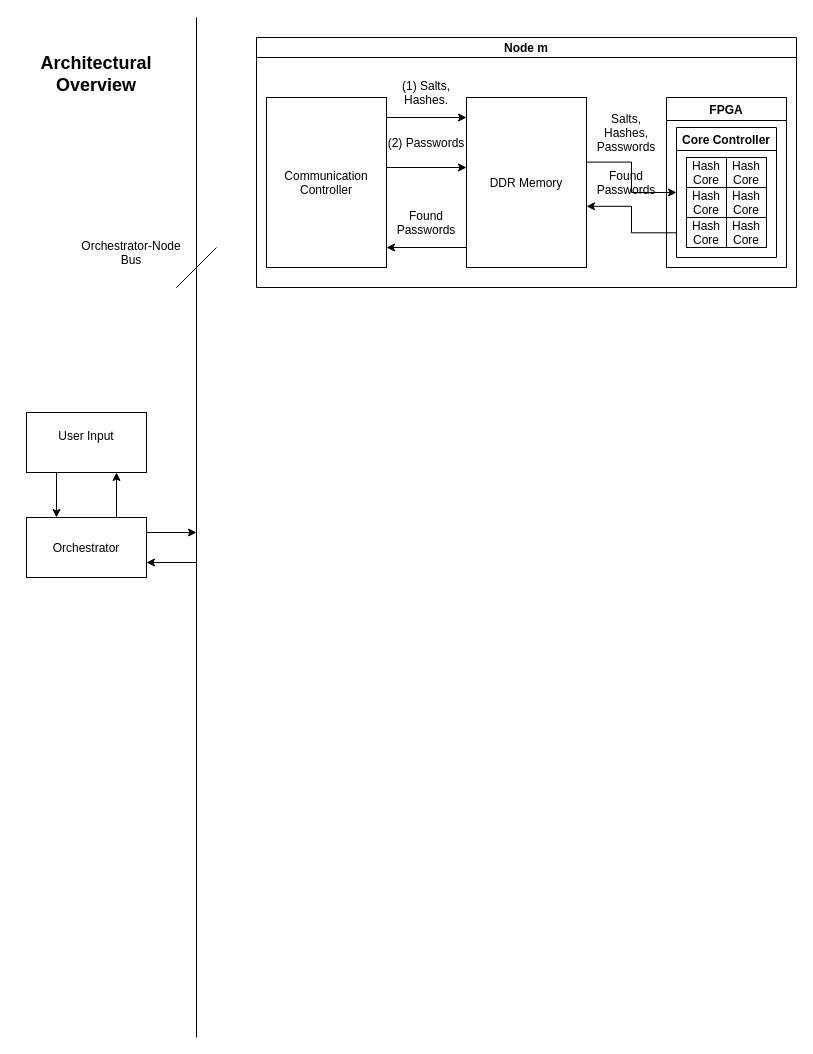
Before: figures/theoretical_system/system-overview/system-overview.drawio in Niclasapdk/ESD3_project, a draw.io diagram. Source tidied: cells renumbered, new cells numbered last; positions are measured from the earlier drawing's top-left corner, leaving out a move shared by most shapes. Both pictures are drawn from the tidied source at 100%, with x=0, y=0 at pixel (16, 17).
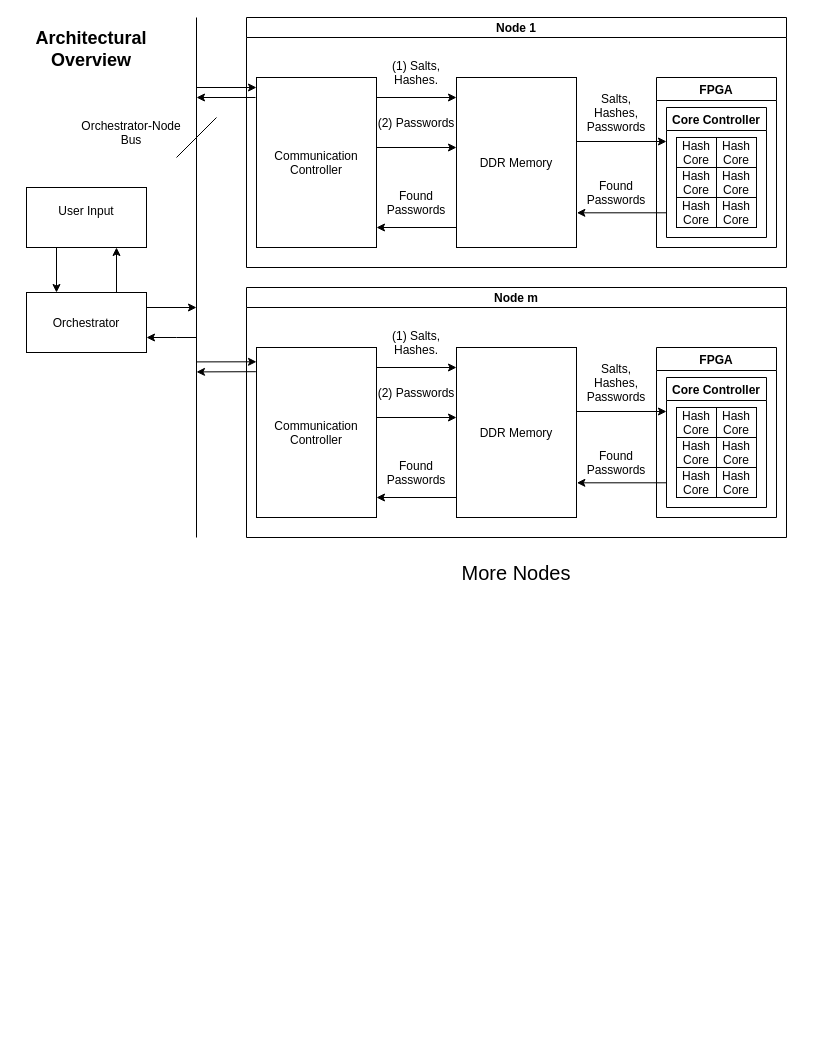
Above is the later version.

What changed in the source:
```diff
@@
-    <mxCell id="2" value="Node m" style="swimlane;startSize=20;horizontal=1;containerType=tree;" parent="1" vertex="1">
-      <mxGeometry x="240" y="20" width="540" height="250" as="geometry" />
-    </mxCell>
-    <mxCell id="3" value="DDR Memory" style="newEdgeStyle={&quot;edgeStyle&quot;:&quot;elbowEdgeStyle&quot;,&quot;startArrow&quot;:&quot;none&quot;,&quot;endArrow&quot;:&quot;none&quot;};points=[[0,0,0,0,0],[0,0.14,0,0,0],[0,0.38,0,0,0],[0,0.75,0,0,0],[0,1,0,0,0],[0.25,0,0,0,0],[0.25,1,0,0,0],[0.5,0,0,0,0],[0.5,1,0,0,0],[0.75,0,0,0,0],[0.75,1,0,0,0],[1,0,0,0,0],[1,0.38,0,0,0],[1,0.64,0,0,0],[1,1,0,0,0]];" parent="2" vertex="1">
-      <mxGeometry x="210" y="60" width="120" height="170" as="geometry" />
-    </mxCell>
-    <mxCell id="4" value="Communication&#10;Controller" style="newEdgeStyle={&quot;edgeStyle&quot;:&quot;elbowEdgeStyle&quot;,&quot;startArrow&quot;:&quot;none&quot;,&quot;endArrow&quot;:&quot;none&quot;};" parent="2" vertex="1">
-      <mxGeometry x="10" y="60" width="120" height="170" as="geometry" />
-    </mxCell>
-    <mxCell id="5" value="FPGA" style="swimlane;" parent="2" vertex="1">
-      <mxGeometry x="410" y="60" width="120" height="170" as="geometry" />
-    </mxCell>
-    <mxCell id="6" value="Core Controller" style="swimlane;points=[[0,0,0,0,0],[0,0.25,0,0,0],[0,0.5,0,0,0],[0,0.81,0,0,0],[0,1,0,0,0],[0.25,0,0,0,0],[0.25,1,0,0,0],[0.5,0,0,0,0],[0.5,1,0,0,0],[0.75,0,0,0,0],[0.75,1,0,0,0],[1,0,0,0,0],[1,0.25,0,0,0],[1,0.5,0,0,0],[1,0.75,0,0,0],[1,1,0,0,0]];" parent="5" vertex="1">
-      <mxGeometry x="10" y="30" width="100" height="130" as="geometry" />
-    </mxCell>
-    <mxCell id="7" value="Hash&#10;Core" style="rounded=0;" parent="6" vertex="1">
-      <mxGeometry x="10" y="30" width="40" height="30" as="geometry" />
-    </mxCell>
-    <mxCell id="8" value="Hash&#10;Core" style="rounded=0;" parent="6" vertex="1">
-      <mxGeometry x="50" y="30" width="40" height="30" as="geometry" />
-    </mxCell>
-    <mxCell id="9" value="Hash&#10;Core" style="rounded=0;" parent="6" vertex="1">
-      <mxGeometry x="10" y="60" width="40" height="30" as="geometry" />
-    </mxCell>
-    <mxCell id="10" value="Hash&#10;Core" style="rounded=0;" parent="6" vertex="1">
-      <mxGeometry x="50" y="60" width="40" height="30" as="geometry" />
-    </mxCell>
-    <mxCell id="11" value="Hash&#10;Core" style="rounded=0;" parent="6" vertex="1">
-      <mxGeometry x="10" y="90" width="40" height="30" as="geometry" />
-    </mxCell>
-    <mxCell id="12" value="Hash&#10;Core" style="rounded=0;" parent="6" vertex="1">
-      <mxGeometry x="50" y="90" width="40" height="30" as="geometry" />
-    </mxCell>
-    <mxCell id="13" value="Salts,&#10;Hashes,&#10;Passwords" style="text;strokeColor=none;fillColor=none;align=center;verticalAlign=middle;rounded=0;" parent="2" vertex="1">
-      <mxGeometry x="340" y="80" width="60" height="30" as="geometry" />
-    </mxCell>
-    <mxCell id="14" value="Found&#10;Passwords" style="text;strokeColor=none;fillColor=none;align=center;verticalAlign=middle;rounded=0;" parent="2" vertex="1">
-      <mxGeometry x="340" y="130" width="60" height="30" as="geometry" />
-    </mxCell>
-    <mxCell id="15" style="endArrow=classic;rounded=0;exitX=1;exitY=0.25;exitDx=0;exitDy=0;entryX=0;entryY=0.25;entryDx=0;entryDy=0;" parent="2" edge="1">
-      <mxGeometry relative="1" as="geometry">
-        <mxPoint x="130" y="80" as="sourcePoint" />
-        <mxPoint x="210" y="80" as="targetPoint" />
-      </mxGeometry>
-    </mxCell>
-    <mxCell id="16" style="endArrow=classic;rounded=0;exitX=0;exitY=0.5;exitDx=0;exitDy=0;entryX=1;entryY=0.5;entryDx=0;entryDy=0;" parent="2" edge="1">
-      <mxGeometry relative="1" as="geometry">
-        <mxPoint x="210" y="210" as="sourcePoint" />
-        <mxPoint x="130" y="210" as="targetPoint" />
-      </mxGeometry>
-    </mxCell>
-    <mxCell id="17" value="(1) Salts,&#10;Hashes." style="text;strokeColor=none;fillColor=none;align=center;verticalAlign=middle;rounded=0;" parent="2" vertex="1">
-      <mxGeometry x="140" y="40" width="60" height="30" as="geometry" />
-    </mxCell>
-    <mxCell id="18" value="Found&#10;Passwords" style="text;strokeColor=none;fillColor=none;align=center;verticalAlign=middle;rounded=0;" parent="2" vertex="1">
-      <mxGeometry x="140" y="170" width="60" height="30" as="geometry" />
-    </mxCell>
-    <mxCell id="19" style="endArrow=classic;rounded=0;exitX=1;exitY=0.25;exitDx=0;exitDy=0;entryX=0;entryY=0.25;entryDx=0;entryDy=0;" parent="2" edge="1">
-      <mxGeometry relative="1" as="geometry">
-        <mxPoint x="130" y="130" as="sourcePoint" />
-        <mxPoint x="210" y="130" as="targetPoint" />
-      </mxGeometry>
-    </mxCell>
-    <mxCell id="20" value="(2) Passwords " style="text;strokeColor=none;fillColor=none;align=center;verticalAlign=middle;rounded=0;" parent="2" vertex="1">
-      <mxGeometry x="140" y="90" width="60" height="30" as="geometry" />
-    </mxCell>
-    <mxCell id="21" style="edgeStyle=orthogonalEdgeStyle;rounded=0;jettySize=auto;html=1;entryX=1;entryY=0.64;entryDx=0;entryDy=0;entryPerimeter=0;exitX=0;exitY=0.81;exitDx=0;exitDy=0;exitPerimeter=0;" parent="2" edge="1" source="6" target="3">
-      <mxGeometry relative="1" as="geometry" />
-    </mxCell>
-    <mxCell id="22" style="edgeStyle=orthogonalEdgeStyle;rounded=0;jettySize=auto;html=1;entryX=0;entryY=0.5;entryDx=0;entryDy=0;entryPerimeter=0;exitX=1;exitY=0.38;exitDx=0;exitDy=0;exitPerimeter=0;" parent="2" edge="1" source="3" target="6">
-      <mxGeometry relative="1" as="geometry" />
-    </mxCell>
@@
     <mxCell id="24" value="Orchestrator" style="rounded=0;" parent="1" vertex="1">
-      <mxGeometry x="10" y="500" width="120" height="60" as="geometry" />
+      <mxGeometry x="10" y="275" width="120" height="60" as="geometry" />
     </mxCell>
     <mxCell id="25" style="endArrow=none;rounded=0;" parent="1" edge="1">
       <mxGeometry relative="1" as="geometry">
         <mxPoint x="180" as="sourcePoint" />
-        <mxPoint x="180" y="1020" as="targetPoint" />
+        <mxPoint x="180" y="520" as="targetPoint" />
       </mxGeometry>
     </mxCell>
     <mxCell id="26" value="Orchestrator-Node&#10;Bus" style="text;strokeColor=none;fillColor=none;align=center;verticalAlign=middle;rounded=0;" parent="1" vertex="1">
-      <mxGeometry x="50" y="210" width="130" height="50" as="geometry" />
+      <mxGeometry x="50" y="90" width="130" height="50" as="geometry" />
     </mxCell>
     <mxCell id="27" style="endArrow=classic;rounded=0;exitX=1;exitY=0.25;exitDx=0;exitDy=0;" parent="1" edge="1" source="24">
       <mxGeometry relative="1" as="geometry">
-        <mxPoint x="180" y="515" as="targetPoint" />
+        <mxPoint x="180" y="290" as="targetPoint" />
       </mxGeometry>
     </mxCell>
     <mxCell id="28" style="endArrow=classic;rounded=0;entryX=1;entryY=0.75;entryDx=0;entryDy=0;" parent="1" edge="1" target="24">
       <mxGeometry relative="1" as="geometry">
-        <mxPoint x="180" y="545" as="sourcePoint" />
+        <mxPoint x="180" y="320" as="sourcePoint" />
+        <Array as="points">
+          <mxPoint x="160" y="320" />
+        </Array>
       </mxGeometry>
     </mxCell>
@@
     <mxCell id="30" value="User Input&#10;" style="rounded=0;" parent="1" vertex="1">
-      <mxGeometry x="10" y="395" width="120" height="60" as="geometry" />
+      <mxGeometry x="10" y="170" width="120" height="60" as="geometry" />
     </mxCell>
     <mxCell id="31" style="endArrow=none;rounded=0;" parent="1" edge="1">
       <mxGeometry relative="1" as="geometry">
-        <mxPoint x="160" y="270" as="sourcePoint" />
-        <mxPoint x="200" y="230" as="targetPoint" />
+        <mxPoint x="160" y="140" as="sourcePoint" />
+        <mxPoint x="200" y="100" as="targetPoint" />
       </mxGeometry>
     </mxCell>
     <mxCell id="32" value="Architectural&#10;Overview" style="text;strokeColor=none;fillColor=none;align=center;verticalAlign=middle;rounded=0;fontSize=18;fontStyle=1;" parent="1" vertex="1">
-      <mxGeometry y="10" width="160" height="90" as="geometry" />
+      <mxGeometry x="10" width="130" height="60" as="geometry" />
     </mxCell>
+    <mxCell id="2" value="Node m" style="swimlane;startSize=20;horizontal=1;containerType=tree;" parent="1" vertex="1">
+      <mxGeometry x="230" y="270" width="540" height="250" as="geometry" />
+    </mxCell>
+    <mxCell id="33" value="DDR Memory" style="newEdgeStyle={&quot;edgeStyle&quot;:&quot;elbowEdgeStyle&quot;,&quot;startArrow&quot;:&quot;none&quot;,&quot;endArrow&quot;:&quot;none&quot;};points=[[0,0,0,0,0],[0,0.14,0,0,0],[0,0.38,0,0,0],[0,0.75,0,0,0],[0,1,0,0,0],[0.25,0,0,0,0],[0.25,1,0,0,0],[0.5,0,0,0,0],[0.5,1,0,0,0],[0.75,0,0,0,0],[0.75,1,0,0,0],[1,0,0,0,0],[1,0.38,0,0,0],[1,0.64,0,0,0],[1,1,0,0,0]];" parent="2" vertex="1">
+      <mxGeometry x="210" y="60" width="120" height="170" as="geometry" />
+    </mxCell>
+    <mxCell id="34" value="Communication&#10;Controller" style="newEdgeStyle={&quot;edgeStyle&quot;:&quot;elbowEdgeStyle&quot;,&quot;startArrow&quot;:&quot;none&quot;,&quot;endArrow&quot;:&quot;none&quot;};" parent="2" vertex="1">
+      <mxGeometry x="10" y="60" width="120" height="170" as="geometry" />
+    </mxCell>
+    <mxCell id="35" value="FPGA" style="swimlane;" parent="2" vertex="1">
+      <mxGeometry x="410" y="60" width="120" height="170" as="geometry" />
+    </mxCell>
+    <mxCell id="36" value="Core Controller" style="swimlane;points=[[0,0,0,0,0],[0,0.25,0,0,0],[0,0.5,0,0,0],[0,0.81,0,0,0],[0,1,0,0,0],[0.25,0,0,0,0],[0.25,1,0,0,0],[0.5,0,0,0,0],[0.5,1,0,0,0],[0.75,0,0,0,0],[0.75,1,0,0,0],[1,0,0,0,0],[1,0.25,0,0,0],[1,0.5,0,0,0],[1,0.75,0,0,0],[1,1,0,0,0]];" parent="35" vertex="1">
+      <mxGeometry x="10" y="30" width="100" height="130" as="geometry" />
+    </mxCell>
+    <mxCell id="37" value="Hash&#10;Core" style="rounded=0;" parent="36" vertex="1">
+      <mxGeometry x="10" y="30" width="40" height="30" as="geometry" />
+    </mxCell>
+    <mxCell id="38" value="Hash&#10;Core" style="rounded=0;" parent="36" vertex="1">
+      <mxGeometry x="50" y="30" width="40" height="30" as="geometry" />
+    </mxCell>
+    <mxCell id="39" value="Hash&#10;Core" style="rounded=0;" parent="36" vertex="1">
+      <mxGeometry x="10" y="60" width="40" height="30" as="geometry" />
+    </mxCell>
+    <mxCell id="40" value="Hash&#10;Core" style="rounded=0;" parent="36" vertex="1">
+      <mxGeometry x="50" y="60" width="40" height="30" as="geometry" />
+    </mxCell>
+    <mxCell id="41" value="Hash&#10;Core" style="rounded=0;" parent="36" vertex="1">
+      <mxGeometry x="10" y="90" width="40" height="30" as="geometry" />
+    </mxCell>
+    <mxCell id="42" value="Hash&#10;Core" style="rounded=0;" parent="36" vertex="1">
+      <mxGeometry x="50" y="90" width="40" height="30" as="geometry" />
+    </mxCell>
+    <mxCell id="43" value="Salts,&#10;Hashes,&#10;Passwords" style="text;strokeColor=none;fillColor=none;align=center;verticalAlign=middle;rounded=0;" parent="2" vertex="1">
+      <mxGeometry x="340" y="80" width="60" height="30" as="geometry" />
+    </mxCell>
+    <mxCell id="44" style="endArrow=classic;rounded=0;exitX=1;exitY=0.25;exitDx=0;exitDy=0;entryX=0;entryY=0.25;entryDx=0;entryDy=0;" parent="2" edge="1">
+      <mxGeometry relative="1" as="geometry">
+        <mxPoint x="130" y="80" as="sourcePoint" />
+        <mxPoint x="210" y="80" as="targetPoint" />
+      </mxGeometry>
+    </mxCell>
+    <mxCell id="45" style="endArrow=classic;rounded=0;exitX=0;exitY=0.5;exitDx=0;exitDy=0;entryX=1;entryY=0.5;entryDx=0;entryDy=0;" parent="2" edge="1">
+      <mxGeometry relative="1" as="geometry">
+        <mxPoint x="210" y="210" as="sourcePoint" />
+        <mxPoint x="130" y="210" as="targetPoint" />
+      </mxGeometry>
+    </mxCell>
+    <mxCell id="46" value="(1) Salts,&#10;Hashes." style="text;strokeColor=none;fillColor=none;align=center;verticalAlign=middle;rounded=0;" parent="2" vertex="1">
+      <mxGeometry x="140" y="40" width="60" height="30" as="geometry" />
+    </mxCell>
+    <mxCell id="47" value="Found&#10;Passwords" style="text;strokeColor=none;fillColor=none;align=center;verticalAlign=middle;rounded=0;" parent="2" vertex="1">
+      <mxGeometry x="140" y="170" width="60" height="30" as="geometry" />
+    </mxCell>
+    <mxCell id="48" style="endArrow=classic;rounded=0;exitX=1;exitY=0.25;exitDx=0;exitDy=0;entryX=0;entryY=0.25;entryDx=0;entryDy=0;" parent="2" edge="1">
+      <mxGeometry relative="1" as="geometry">
+        <mxPoint x="130" y="130" as="sourcePoint" />
+        <mxPoint x="210" y="130" as="targetPoint" />
+      </mxGeometry>
+    </mxCell>
+    <mxCell id="49" value="(2) Passwords " style="text;strokeColor=none;fillColor=none;align=center;verticalAlign=middle;rounded=0;" parent="2" vertex="1">
+      <mxGeometry x="140" y="90" width="60" height="30" as="geometry" />
+    </mxCell>
+    <mxCell id="50" style="edgeStyle=orthogonalEdgeStyle;rounded=0;jettySize=auto;html=1;entryX=1.003;entryY=0.796;entryDx=0;entryDy=0;entryPerimeter=0;exitX=0;exitY=0.81;exitDx=0;exitDy=0;exitPerimeter=0;" parent="2" edge="1" source="36" target="33">
+      <mxGeometry relative="1" as="geometry" />
+    </mxCell>
+    <mxCell id="51" style="edgeStyle=orthogonalEdgeStyle;rounded=0;orthogonalLoop=1;jettySize=auto;html=1;exitX=1.007;exitY=0.361;exitDx=0;exitDy=0;exitPerimeter=0;" parent="2" edge="1">
+      <mxGeometry relative="1" as="geometry">
+        <mxPoint x="330" y="125.7" as="sourcePoint" />
+        <mxPoint x="420" y="124" as="targetPoint" />
+        <Array as="points">
+          <mxPoint x="329.6" y="124.3" />
+        </Array>
+      </mxGeometry>
+    </mxCell>
+    <mxCell id="52" value="Found&#10;Passwords" style="text;strokeColor=none;fillColor=none;align=center;verticalAlign=middle;rounded=0;" parent="2" vertex="1">
+      <mxGeometry x="340" y="160" width="60" height="30" as="geometry" />
+    </mxCell>
+    <mxCell id="53" value="Node 1" style="swimlane;startSize=20;horizontal=1;containerType=tree;" parent="1" vertex="1">
+      <mxGeometry x="230" width="540" height="250" as="geometry" />
+    </mxCell>
+    <mxCell id="54" value="DDR Memory" style="newEdgeStyle={&quot;edgeStyle&quot;:&quot;elbowEdgeStyle&quot;,&quot;startArrow&quot;:&quot;none&quot;,&quot;endArrow&quot;:&quot;none&quot;};points=[[0,0,0,0,0],[0,0.14,0,0,0],[0,0.38,0,0,0],[0,0.75,0,0,0],[0,1,0,0,0],[0.25,0,0,0,0],[0.25,1,0,0,0],[0.5,0,0,0,0],[0.5,1,0,0,0],[0.75,0,0,0,0],[0.75,1,0,0,0],[1,0,0,0,0],[1,0.38,0,0,0],[1,0.64,0,0,0],[1,1,0,0,0]];" parent="53" vertex="1">
+      <mxGeometry x="210" y="60" width="120" height="170" as="geometry" />
+    </mxCell>
+    <mxCell id="55" value="Communication&#10;Controller" style="newEdgeStyle={&quot;edgeStyle&quot;:&quot;elbowEdgeStyle&quot;,&quot;startArrow&quot;:&quot;none&quot;,&quot;endArrow&quot;:&quot;none&quot;};" parent="53" vertex="1">
+      <mxGeometry x="10" y="60" width="120" height="170" as="geometry" />
+    </mxCell>
+    <mxCell id="56" value="FPGA" style="swimlane;" parent="53" vertex="1">
+      <mxGeometry x="410" y="60" width="120" height="170" as="geometry" />
+    </mxCell>
+    <mxCell id="57" value="Core Controller" style="swimlane;points=[[0,0,0,0,0],[0,0.25,0,0,0],[0,0.5,0,0,0],[0,0.81,0,0,0],[0,1,0,0,0],[0.25,0,0,0,0],[0.25,1,0,0,0],[0.5,0,0,0,0],[0.5,1,0,0,0],[0.75,0,0,0,0],[0.75,1,0,0,0],[1,0,0,0,0],[1,0.25,0,0,0],[1,0.5,0,0,0],[1,0.75,0,0,0],[1,1,0,0,0]];" parent="56" vertex="1">
+      <mxGeometry x="10" y="30" width="100" height="130" as="geometry" />
+    </mxCell>
+    <mxCell id="58" value="Hash&#10;Core" style="rounded=0;" parent="57" vertex="1">
+      <mxGeometry x="10" y="30" width="40" height="30" as="geometry" />
+    </mxCell>
+    <mxCell id="59" value="Hash&#10;Core" style="rounded=0;" parent="57" vertex="1">
+      <mxGeometry x="50" y="30" width="40" height="30" as="geometry" />
+    </mxCell>
+    <mxCell id="60" value="Hash&#10;Core" style="rounded=0;" parent="57" vertex="1">
+      <mxGeometry x="10" y="60" width="40" height="30" as="geometry" />
+    </mxCell>
+    <mxCell id="61" value="Hash&#10;Core" style="rounded=0;" parent="57" vertex="1">
+      <mxGeometry x="50" y="60" width="40" height="30" as="geometry" />
+    </mxCell>
+    <mxCell id="62" value="Hash&#10;Core" style="rounded=0;" parent="57" vertex="1">
+      <mxGeometry x="10" y="90" width="40" height="30" as="geometry" />
+    </mxCell>
+    <mxCell id="63" value="Hash&#10;Core" style="rounded=0;" parent="57" vertex="1">
+      <mxGeometry x="50" y="90" width="40" height="30" as="geometry" />
+    </mxCell>
+    <mxCell id="64" value="Salts,&#10;Hashes,&#10;Passwords" style="text;strokeColor=none;fillColor=none;align=center;verticalAlign=middle;rounded=0;" parent="53" vertex="1">
+      <mxGeometry x="340" y="80" width="60" height="30" as="geometry" />
+    </mxCell>
+    <mxCell id="65" style="endArrow=classic;rounded=0;exitX=1;exitY=0.25;exitDx=0;exitDy=0;entryX=0;entryY=0.25;entryDx=0;entryDy=0;" parent="53" edge="1">
+      <mxGeometry relative="1" as="geometry">
+        <mxPoint x="130" y="80" as="sourcePoint" />
+        <mxPoint x="210" y="80" as="targetPoint" />
+      </mxGeometry>
+    </mxCell>
+    <mxCell id="66" style="endArrow=classic;rounded=0;exitX=0;exitY=0.5;exitDx=0;exitDy=0;entryX=1;entryY=0.5;entryDx=0;entryDy=0;" parent="53" edge="1">
+      <mxGeometry relative="1" as="geometry">
+        <mxPoint x="210" y="210" as="sourcePoint" />
+        <mxPoint x="130" y="210" as="targetPoint" />
+      </mxGeometry>
+    </mxCell>
+    <mxCell id="67" value="(1) Salts,&#10;Hashes." style="text;strokeColor=none;fillColor=none;align=center;verticalAlign=middle;rounded=0;" parent="53" vertex="1">
+      <mxGeometry x="140" y="40" width="60" height="30" as="geometry" />
+    </mxCell>
+    <mxCell id="68" value="Found&#10;Passwords" style="text;strokeColor=none;fillColor=none;align=center;verticalAlign=middle;rounded=0;" parent="53" vertex="1">
+      <mxGeometry x="140" y="170" width="60" height="30" as="geometry" />
+    </mxCell>
+    <mxCell id="69" style="endArrow=classic;rounded=0;exitX=1;exitY=0.25;exitDx=0;exitDy=0;entryX=0;entryY=0.25;entryDx=0;entryDy=0;" parent="53" edge="1">
+      <mxGeometry relative="1" as="geometry">
+        <mxPoint x="130" y="130" as="sourcePoint" />
+        <mxPoint x="210" y="130" as="targetPoint" />
+      </mxGeometry>
+    </mxCell>
+    <mxCell id="70" value="(2) Passwords " style="text;strokeColor=none;fillColor=none;align=center;verticalAlign=middle;rounded=0;" parent="53" vertex="1">
+      <mxGeometry x="140" y="90" width="60" height="30" as="geometry" />
+    </mxCell>
+    <mxCell id="71" style="edgeStyle=orthogonalEdgeStyle;rounded=0;jettySize=auto;html=1;entryX=1.003;entryY=0.796;entryDx=0;entryDy=0;entryPerimeter=0;exitX=0;exitY=0.81;exitDx=0;exitDy=0;exitPerimeter=0;" parent="53" edge="1" source="57" target="54">
+      <mxGeometry relative="1" as="geometry" />
+    </mxCell>
+    <mxCell id="72" style="edgeStyle=orthogonalEdgeStyle;rounded=0;orthogonalLoop=1;jettySize=auto;html=1;exitX=1.007;exitY=0.361;exitDx=0;exitDy=0;exitPerimeter=0;" parent="53" edge="1">
+      <mxGeometry relative="1" as="geometry">
+        <mxPoint x="330" y="125.7" as="sourcePoint" />
+        <mxPoint x="420" y="124" as="targetPoint" />
+        <Array as="points">
+          <mxPoint x="329.6" y="124.3" />
+        </Array>
+      </mxGeometry>
+    </mxCell>
+    <mxCell id="73" value="Found&#10;Passwords" style="text;strokeColor=none;fillColor=none;align=center;verticalAlign=middle;rounded=0;" parent="53" vertex="1">
+      <mxGeometry x="340" y="160" width="60" height="30" as="geometry" />
+    </mxCell>
+    <mxCell id="74" value="&lt;font style=&quot;font-size: 20px;&quot;&gt;More Nodes&lt;br&gt;&lt;/font&gt;" style="text;html=1;strokeColor=none;fillColor=none;align=center;verticalAlign=middle;whiteSpace=wrap;rounded=0;" parent="1" vertex="1">
+      <mxGeometry x="440" y="540" width="120" height="30" as="geometry" />
+    </mxCell>
+    <mxCell id="75" style="endArrow=classic;html=1;rounded=0;entryX=0;entryY=0.235;entryDx=0;entryDy=0;entryPerimeter=0;" parent="1" edge="1">
+      <mxGeometry relative="1" as="geometry">
+        <mxPoint x="180" y="344.4" as="sourcePoint" />
+        <mxPoint x="240" y="344.3" as="targetPoint" />
+      </mxGeometry>
+    </mxCell>
+    <mxCell id="76" style="endArrow=classic;html=1;rounded=0;exitX=-0.005;exitY=0.293;exitDx=0;exitDy=0;exitPerimeter=0;" parent="1" edge="1">
+      <mxGeometry relative="1" as="geometry">
+        <mxPoint x="239.4" y="354.2" as="sourcePoint" />
+        <mxPoint x="180" y="354.4" as="targetPoint" />
+      </mxGeometry>
+    </mxCell>
+    <mxCell id="77" style="endArrow=classic;html=1;rounded=0;entryX=0;entryY=0.235;entryDx=0;entryDy=0;entryPerimeter=0;" parent="1" edge="1">
+      <mxGeometry relative="1" as="geometry">
+        <mxPoint x="180" y="70" as="sourcePoint" />
+        <mxPoint x="240" y="70" as="targetPoint" />
+      </mxGeometry>
+    </mxCell>
+    <mxCell id="78" style="endArrow=classic;html=1;rounded=0;exitX=-0.005;exitY=0.293;exitDx=0;exitDy=0;exitPerimeter=0;" parent="1" edge="1">
+      <mxGeometry relative="1" as="geometry">
+        <mxPoint x="239" y="80" as="sourcePoint" />
+        <mxPoint x="180" y="80" as="targetPoint" />
+      </mxGeometry>
+    </mxCell>
```
